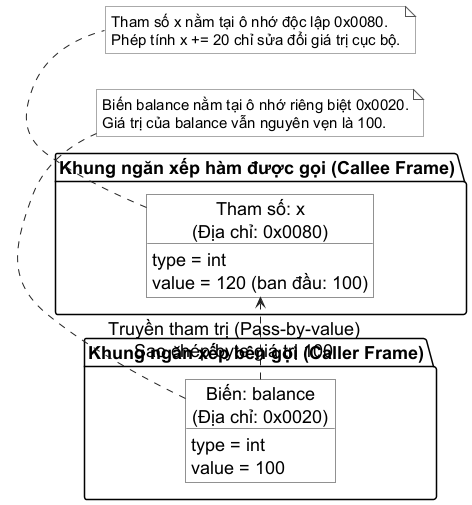
The PlantUML diagram assets/diagrams/pointer-value-call.png in Minhlike/Golang, before a commit.
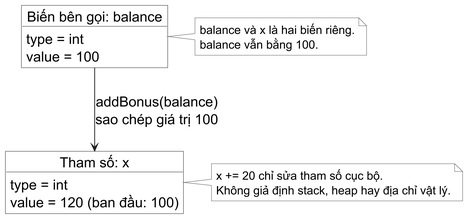
The same file after the commit.

The edit, as a diff of the source:
```diff
@@ -1,4 +1,5 @@
 @startuml
+skinparamlocked dpi 300
 skinparam backgroundColor white
 skinparam shadowing false
 skinparam defaultFontName "Source Sans 3"
@@ -16,31 +17,27 @@
   FontColor #000000
   FontSize 15
 }
-left to right direction
+top to bottom direction
 
-package "Khung ngăn xếp bên gọi (Caller Frame)" as caller_frame {
-  object "Biến: balance\n(Địa chỉ: 0x0020)" as caller {
-    type = int
-    value = 100
-  }
+object "Biến bên gọi: balance" as caller {
+  type = int
+  value = 100
 }
 
-package "Khung ngăn xếp hàm được gọi (Callee Frame)" as callee_frame {
-  object "Tham số: x\n(Địa chỉ: 0x0080)" as param {
-    type = int
-    value = 120 (ban đầu: 100)
-  }
+object "Tham số: x" as param {
+  type = int
+  value = 120 (ban đầu: 100)
 }
 
-caller .right.> param : Truyền tham trị (Pass-by-value)\nSao chép byte giá trị 100
+caller -down-> param : addBonus(balance)\nsao chép giá trị 100
 
-note bottom of caller
-  Biến balance nằm tại ô nhớ riêng biệt 0x0020.
-  Giá trị của balance vẫn nguyên vẹn là 100.
+note right of caller
+  balance và x là hai biến riêng.
+  balance vẫn bằng 100.
 end note
 
-note bottom of param
-  Tham số x nằm tại ô nhớ độc lập 0x0080.
-  Phép tính x += 20 chỉ sửa đổi giá trị cục bộ.
+note right of param
+  x += 20 chỉ sửa tham số cục bộ.
+  Không giả định stack, heap hay địa chỉ vật lý.
 end note
 @enduml
```
